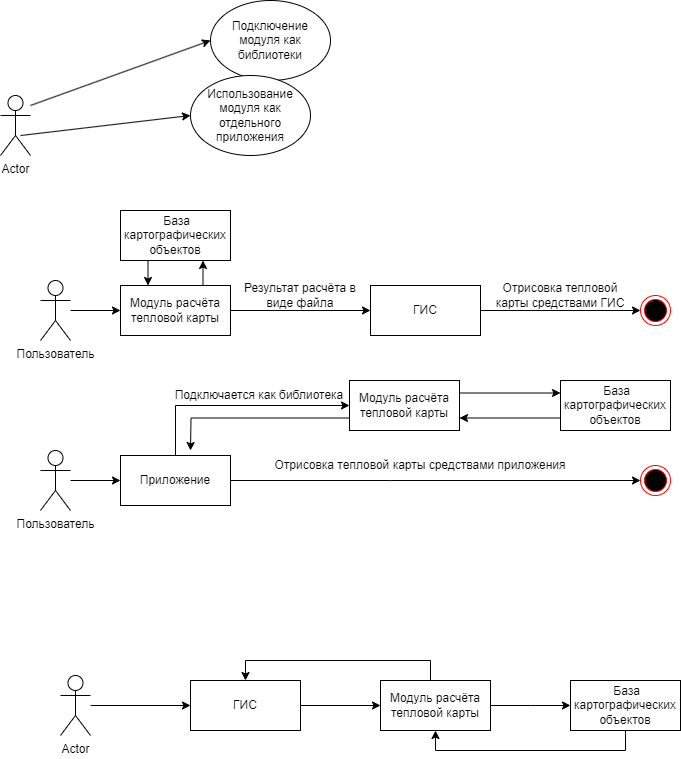
KirMaid/OsmApiClient keeps this draw.io diagram as Диаграмма без названия.drawio.png. Above is the earlier version. Source tidied: cells renumbered, new cells last; positions are measured from the earlier drawing's top-left corner, leaving out a move shared by most shapes.
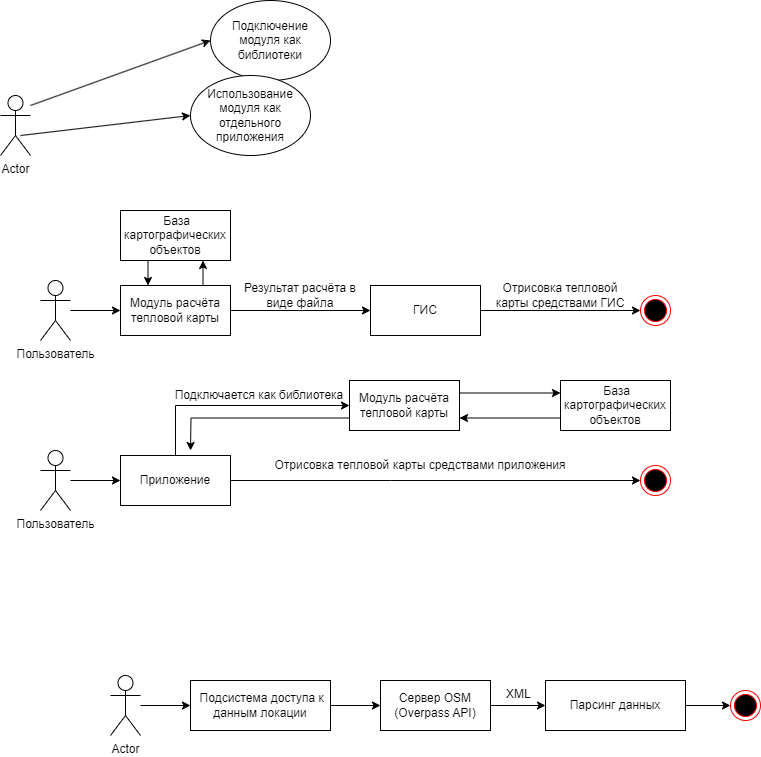
After the change.

Diff of the diagram source:
```diff
@@ -6,39 +6,20 @@
       <mxGeometry relative="1" as="geometry" />
     </mxCell>
     <mxCell id="3" value="Actor" style="shape=umlActor;verticalLabelPosition=bottom;verticalAlign=top;html=1;" parent="1" vertex="1">
-      <mxGeometry x="60" y="675" width="30" height="60" as="geometry" />
+      <mxGeometry x="110" y="675" width="30" height="60" as="geometry" />
     </mxCell>
     <mxCell id="4" style="edgeStyle=orthogonalEdgeStyle;rounded=0;jettySize=auto;html=1;exitX=1;exitY=0.5;exitDx=0;exitDy=0;entryX=0;entryY=0.5;entryDx=0;entryDy=0;" parent="1" edge="1" source="5" target="8">
       <mxGeometry relative="1" as="geometry" />
     </mxCell>
-    <mxCell id="5" value="ГИС" style="html=1;whiteSpace=wrap;" parent="1" vertex="1">
-      <mxGeometry x="190" y="680" width="110" height="50" as="geometry" />
+    <mxCell id="5" value="&lt;span id=&quot;docs-internal-guid-f08c2313-7fff-100b-e4bb-eea016b2d89f&quot; style=&quot;&quot;&gt;&lt;a style=&quot;text-decoration: none;&quot; href=&quot;https://docs.google.com/document/d/1rCX2qe-xBlGF6lrXxa2-HPlSOk61xR9FH5t5Fd1G1RA/edit#heading=h.mlb4dbx8l6pm&quot;&gt;&lt;span style=&quot;color: rgb(0, 0, 0); background-color: transparent; font-style: normal; font-variant: normal; text-decoration: none; vertical-align: baseline;&quot;&gt;&lt;font style=&quot;font-size: 12px;&quot;&gt;&amp;nbsp;Подсистема доступа к данным локации&lt;/font&gt;&lt;/span&gt;&lt;/a&gt;&lt;/span&gt;" style="html=1;whiteSpace=wrap;" parent="1" vertex="1">
+      <mxGeometry x="190" y="680" width="140" height="50" as="geometry" />
     </mxCell>
-    <mxCell id="6" style="edgeStyle=orthogonalEdgeStyle;rounded=0;jettySize=auto;html=1;entryX=0;entryY=0.5;entryDx=0;entryDy=0;" parent="1" edge="1" source="8" target="10">
-      <mxGeometry relative="1" as="geometry">
-        <Array as="points">
-          <mxPoint x="530" y="705" />
-          <mxPoint x="530" y="705" />
-        </Array>
-      </mxGeometry>
-    </mxCell>
-    <mxCell id="7" style="edgeStyle=orthogonalEdgeStyle;rounded=0;jettySize=auto;html=1;entryX=0.5;entryY=0;entryDx=0;entryDy=0;" parent="1" edge="1" source="8" target="5">
-      <mxGeometry relative="1" as="geometry">
-        <Array as="points">
-          <mxPoint x="430" y="660" />
-          <mxPoint x="245" y="660" />
-        </Array>
-      </mxGeometry>
-    </mxCell>
+    <mxCell id="41" style="edgeStyle=orthogonalEdgeStyle;rounded=0;jettySize=auto;html=1;exitX=1;exitY=0.5;exitDx=0;exitDy=0;entryX=0;entryY=0.5;entryDx=0;entryDy=0;" parent="1" edge="1" source="8" target="43">
+      <mxGeometry relative="1" as="geometry" />
+    </mxCell>
-    <mxCell id="8" value="Модуль расчёта тепловой карты" style="html=1;whiteSpace=wrap;" parent="1" vertex="1">
+    <mxCell id="8" value="Сервер OSM&lt;br&gt;(Overpass API)" style="html=1;whiteSpace=wrap;" parent="1" vertex="1">
       <mxGeometry x="380" y="680" width="110" height="50" as="geometry" />
     </mxCell>
-    <mxCell id="9" style="edgeStyle=orthogonalEdgeStyle;rounded=0;jettySize=auto;html=1;exitX=0.5;exitY=1;exitDx=0;exitDy=0;entryX=0.5;entryY=1;entryDx=0;entryDy=0;" parent="1" edge="1" source="10" target="8">
-      <mxGeometry relative="1" as="geometry" />
-    </mxCell>
-    <mxCell id="10" value="&amp;nbsp;База картографических объектов" style="html=1;whiteSpace=wrap;" parent="1" vertex="1">
-      <mxGeometry x="570" y="680" width="110" height="50" as="geometry" />
-    </mxCell>
     <mxCell id="11" value="Подключение модуля как библиотеки" style="ellipse;whiteSpace=wrap;html=1;" parent="1" vertex="1">
       <mxGeometry x="210" width="120" height="80" as="geometry" />
     </mxCell>
@@ -142,5 +123,17 @@
     <mxCell id="40" style="ellipse;html=1;shape=endState;fillColor=#000000;strokeColor=#ff0000;" parent="1" vertex="1">
       <mxGeometry x="640" y="465" width="30" height="30" as="geometry" />
     </mxCell>
+    <mxCell id="42" style="edgeStyle=orthogonalEdgeStyle;rounded=0;jettySize=auto;html=1;exitX=1;exitY=0.5;exitDx=0;exitDy=0;" parent="1" edge="1" source="43" target="44">
+      <mxGeometry relative="1" as="geometry" />
+    </mxCell>
+    <mxCell id="43" value="&lt;span style=&quot;&quot; id=&quot;docs-internal-guid-f08c2313-7fff-100b-e4bb-eea016b2d89f&quot;&gt;Парсинг данных&lt;br&gt;&lt;/span&gt;" style="html=1;whiteSpace=wrap;" parent="1" vertex="1">
+      <mxGeometry x="545" y="680" width="140" height="50" as="geometry" />
+    </mxCell>
+    <mxCell id="44" style="ellipse;html=1;shape=endState;fillColor=#000000;strokeColor=#ff0000;" parent="1" vertex="1">
+      <mxGeometry x="730" y="690" width="30" height="30" as="geometry" />
+    </mxCell>
+    <mxCell id="45" value="XML" style="text;strokeColor=none;fillColor=none;spacingLeft=4;spacingRight=4;overflow=hidden;fontSize=12;whiteSpace=wrap;html=1;" parent="1" vertex="1">
+      <mxGeometry x="500" y="680" width="40" height="30" as="geometry" />
+    </mxCell>
   </root>
 </mxGraphModel>
```
